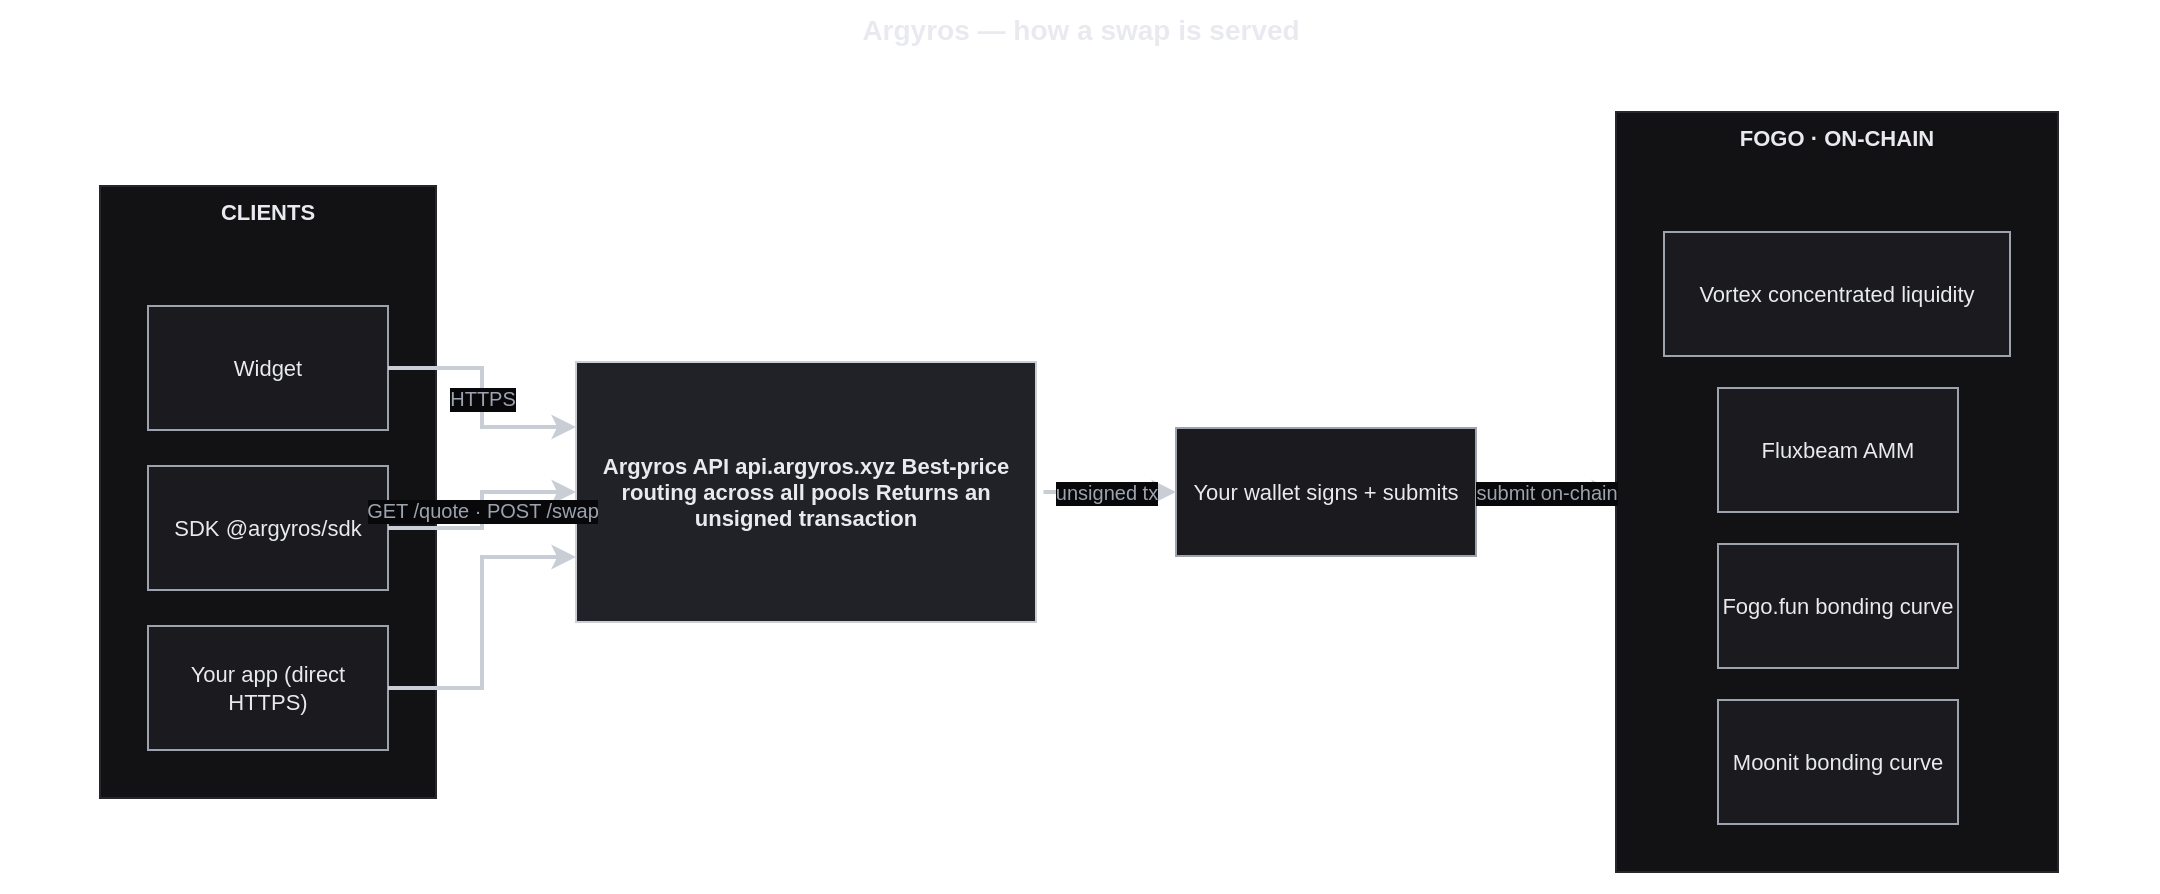
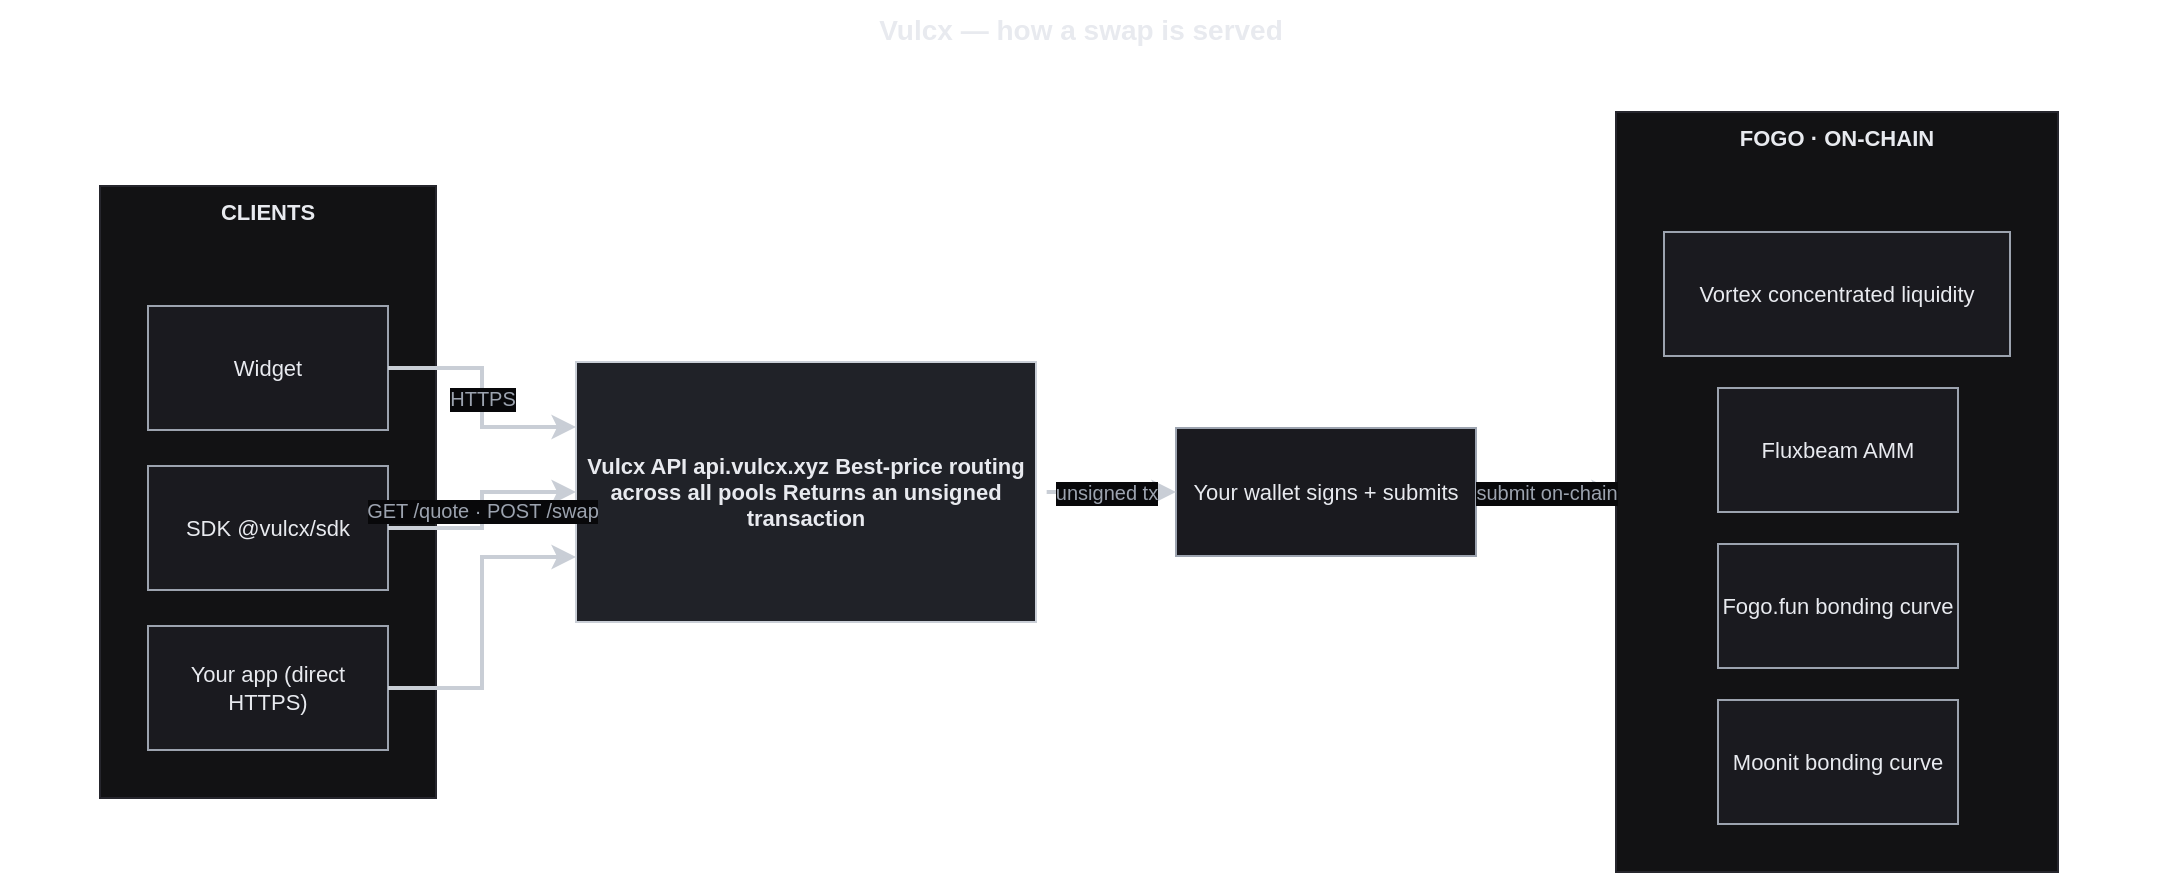
- <mxfile host="app.diagrams.net"><diagram name="Argyros architecture" id="d"><mxGraphModel dx="1400" dy="900" grid="0" gridSize="10" guides="1" tooltips="1" connect="1" arrows="1" fold="1" page="1" pageScale="1" pageWidth="1079" pageHeight="520" math="0" shadow="0"><root><mxCell id="0"/><mxCell id="1" parent="0"/><mxCell id="root" value="" style="rounded=0;whiteSpace=wrap;html=1;fillColor=none;strokeColor=none;fontColor=#e8eaef;fontSize=11;fontStyle=1;verticalAlign=top;" vertex="1" parent="1"><mxGeometry x="40" y="70" width="999" height="400" as="geometry"/></mxCell><mxCell id="clients" value="CLIENTS" style="rounded=0;whiteSpace=wrap;html=1;fillColor=#121214;strokeColor=#26262d;fontColor=#e8eaef;fontSize=11;fontStyle=1;verticalAlign=top;" vertex="1" parent="root"><mxGeometry x="10" y="47" width="168" height="306" as="geometry"/></mxCell><mxCell id="c_widget" value="Widget
- &lt;argyros-swap&gt;" style="rounded=0;whiteSpace=wrap;html=1;fillColor=#1a1a1f;strokeColor=#9ca3af;fontColor=#e8eaef;fontSize=11;fontStyle=0;verticalAlign=middle;" vertex="1" parent="clients"><mxGeometry x="24" y="60" width="120" height="62" as="geometry"/></mxCell><mxCell id="c_sdk" value="SDK
- @argyros/sdk" style="rounded=0;whiteSpace=wrap;html=1;fillColor=#1a1a1f;strokeColor=#9ca3af;fontColor=#e8eaef;fontSize=11;fontStyle=0;verticalAlign=middle;" vertex="1" parent="clients"><mxGeometry x="24" y="140" width="120" height="62" as="geometry"/></mxCell><mxCell id="c_app" value="Your app
- (direct HTTPS)" style="rounded=0;whiteSpace=wrap;html=1;fillColor=#1a1a1f;strokeColor=#9ca3af;fontColor=#e8eaef;fontSize=11;fontStyle=0;verticalAlign=middle;" vertex="1" parent="clients"><mxGeometry x="24" y="220" width="120" height="62" as="geometry"/></mxCell><mxCell id="api" value="Argyros API
- api.argyros.xyz
+ <mxfile host="app.diagrams.net"><diagram name="Vulcx architecture" id="d"><mxGraphModel dx="1400" dy="900" grid="0" gridSize="10" guides="1" tooltips="1" connect="1" arrows="1" fold="1" page="1" pageScale="1" pageWidth="1079" pageHeight="520" math="0" shadow="0"><root><mxCell id="0"/><mxCell id="1" parent="0"/><mxCell id="root" value="" style="rounded=0;whiteSpace=wrap;html=1;fillColor=none;strokeColor=none;fontColor=#e8eaef;fontSize=11;fontStyle=1;verticalAlign=top;" vertex="1" parent="1"><mxGeometry x="40" y="70" width="999" height="400" as="geometry"/></mxCell><mxCell id="clients" value="CLIENTS" style="rounded=0;whiteSpace=wrap;html=1;fillColor=#121214;strokeColor=#26262d;fontColor=#e8eaef;fontSize=11;fontStyle=1;verticalAlign=top;" vertex="1" parent="root"><mxGeometry x="10" y="47" width="168" height="306" as="geometry"/></mxCell><mxCell id="c_widget" value="Widget
+ &lt;vulcx-swap&gt;" style="rounded=0;whiteSpace=wrap;html=1;fillColor=#1a1a1f;strokeColor=#9ca3af;fontColor=#e8eaef;fontSize=11;fontStyle=0;verticalAlign=middle;" vertex="1" parent="clients"><mxGeometry x="24" y="60" width="120" height="62" as="geometry"/></mxCell><mxCell id="c_sdk" value="SDK
+ @vulcx/sdk" style="rounded=0;whiteSpace=wrap;html=1;fillColor=#1a1a1f;strokeColor=#9ca3af;fontColor=#e8eaef;fontSize=11;fontStyle=0;verticalAlign=middle;" vertex="1" parent="clients"><mxGeometry x="24" y="140" width="120" height="62" as="geometry"/></mxCell><mxCell id="c_app" value="Your app
+ (direct HTTPS)" style="rounded=0;whiteSpace=wrap;html=1;fillColor=#1a1a1f;strokeColor=#9ca3af;fontColor=#e8eaef;fontSize=11;fontStyle=0;verticalAlign=middle;" vertex="1" parent="clients"><mxGeometry x="24" y="220" width="120" height="62" as="geometry"/></mxCell><mxCell id="api" value="Vulcx API
+ api.vulcx.xyz

Best-price routing across all pools
Returns an unsigned transaction" style="rounded=0;whiteSpace=wrap;html=1;fillColor=#202228;strokeColor=#c9ced6;fontColor=#e8eaef;fontSize=11;fontStyle=1;verticalAlign=middle;" vertex="1" parent="root"><mxGeometry x="248" y="135" width="230" height="130" as="geometry"/></mxCell><mxCell id="wallet" value="Your wallet
signs + submits" style="rounded=0;whiteSpace=wrap;html=1;fillColor=#1a1a1f;strokeColor=#9ca3af;fontColor=#e8eaef;fontSize=11;fontStyle=0;verticalAlign=middle;" vertex="1" parent="root"><mxGeometry x="548" y="168" width="150" height="64" as="geometry"/></mxCell><mxCell id="fogo" value="FOGO · ON-CHAIN" style="rounded=0;whiteSpace=wrap;html=1;fillColor=#121214;strokeColor=#26262d;fontColor=#e8eaef;fontSize=11;fontStyle=1;verticalAlign=top;" vertex="1" parent="root"><mxGeometry x="768" y="10" width="221" height="380" as="geometry"/></mxCell><mxCell id="d_vortex" value="Vortex
concentrated liquidity" style="rounded=0;whiteSpace=wrap;html=1;fillColor=#1a1a1f;strokeColor=#9ca3af;fontColor=#e8eaef;fontSize=11;fontStyle=0;verticalAlign=middle;" vertex="1" parent="fogo"><mxGeometry x="24" y="60" width="173" height="62" as="geometry"/></mxCell><mxCell id="d_flux" value="Fluxbeam
AMM" style="rounded=0;whiteSpace=wrap;html=1;fillColor=#1a1a1f;strokeColor=#9ca3af;fontColor=#e8eaef;fontSize=11;fontStyle=0;verticalAlign=middle;" vertex="1" parent="fogo"><mxGeometry x="51" y="138" width="120" height="62" as="geometry"/></mxCell><mxCell id="d_funfun" value="Fogo.fun
bonding curve" style="rounded=0;whiteSpace=wrap;html=1;fillColor=#1a1a1f;strokeColor=#9ca3af;fontColor=#e8eaef;fontSize=11;fontStyle=0;verticalAlign=middle;" vertex="1" parent="fogo"><mxGeometry x="51" y="216" width="120" height="62" as="geometry"/></mxCell><mxCell id="d_moonit" value="Moonit
- bonding curve" style="rounded=0;whiteSpace=wrap;html=1;fillColor=#1a1a1f;strokeColor=#9ca3af;fontColor=#e8eaef;fontSize=11;fontStyle=0;verticalAlign=middle;" vertex="1" parent="fogo"><mxGeometry x="51" y="294" width="120" height="62" as="geometry"/></mxCell><mxCell id="__title" value="Argyros — how a swap is served" style="text;html=1;align=center;fontStyle=1;fontSize=14;fontColor=#e8eaef;" vertex="1" parent="1"><mxGeometry x="0" y="24" width="1079" height="30" as="geometry"/></mxCell><mxCell id="ed1" value="HTTPS" style="edgeStyle=orthogonalEdgeStyle;html=1;jettySize=auto;orthogonalLoop=1;fontSize=10;fontColor=#9ca3af;strokeColor=#c9ced6;strokeWidth=2;rounded=0;labelBackgroundColor=#08080a;exitX=1;exitY=0.5;exitDx=0;exitDy=0;entryX=0;entryY=0.250;entryDx=0;entryDy=0;" edge="1" parent="1" source="c_widget" target="api"><mxGeometry relative="1" as="geometry"><Array as="points"><mxPoint x="241" y="208"/><mxPoint x="241" y="238"/></Array></mxGeometry></mxCell><mxCell id="ed2" value="GET /quote · POST /swap" style="edgeStyle=orthogonalEdgeStyle;html=1;jettySize=auto;orthogonalLoop=1;fontSize=10;fontColor=#9ca3af;strokeColor=#c9ced6;strokeWidth=2;rounded=0;labelBackgroundColor=#08080a;exitX=1;exitY=0.5;exitDx=0;exitDy=0;entryX=0;entryY=0.500;entryDx=0;entryDy=0;" edge="1" parent="1" source="c_sdk" target="api"><mxGeometry relative="1" as="geometry"><Array as="points"><mxPoint x="241" y="288"/><mxPoint x="241" y="270"/></Array></mxGeometry></mxCell><mxCell id="ed3" value="" style="edgeStyle=orthogonalEdgeStyle;html=1;jettySize=auto;orthogonalLoop=1;fontSize=10;fontColor=#9ca3af;strokeColor=#c9ced6;strokeWidth=2;rounded=0;exitX=1;exitY=0.5;exitDx=0;exitDy=0;entryX=0;entryY=0.750;entryDx=0;entryDy=0;" edge="1" parent="1" source="c_app" target="api"><mxGeometry relative="1" as="geometry"><Array as="points"><mxPoint x="241" y="368"/><mxPoint x="241" y="303"/></Array></mxGeometry></mxCell><mxCell id="ed4" value="unsigned tx" style="edgeStyle=orthogonalEdgeStyle;html=1;jettySize=auto;orthogonalLoop=1;fontSize=10;fontColor=#9ca3af;strokeColor=#c9ced6;strokeWidth=2;rounded=1;flowAnimation=1;labelBackgroundColor=#08080a;exitX=1;exitY=0.500;exitDx=0;exitDy=0;entryX=0;entryY=0.500;entryDx=0;entryDy=0;" edge="1" parent="1" source="api" target="wallet"><mxGeometry relative="1" as="geometry"></mxGeometry></mxCell><mxCell id="ed5" value="submit on-chain" style="edgeStyle=orthogonalEdgeStyle;html=1;jettySize=auto;orthogonalLoop=1;fontSize=10;fontColor=#9ca3af;strokeColor=#c9ced6;strokeWidth=2;rounded=1;flowAnimation=1;labelBackgroundColor=#08080a;exitX=1;exitY=0.500;exitDx=0;exitDy=0;entryX=0;entryY=0.500;entryDx=0;entryDy=0;" edge="1" parent="1" source="wallet" target="fogo"><mxGeometry relative="1" as="geometry"></mxGeometry></mxCell></root></mxGraphModel></diagram></mxfile>+ bonding curve" style="rounded=0;whiteSpace=wrap;html=1;fillColor=#1a1a1f;strokeColor=#9ca3af;fontColor=#e8eaef;fontSize=11;fontStyle=0;verticalAlign=middle;" vertex="1" parent="fogo"><mxGeometry x="51" y="294" width="120" height="62" as="geometry"/></mxCell><mxCell id="__title" value="Vulcx — how a swap is served" style="text;html=1;align=center;fontStyle=1;fontSize=14;fontColor=#e8eaef;" vertex="1" parent="1"><mxGeometry x="0" y="24" width="1079" height="30" as="geometry"/></mxCell><mxCell id="ed1" value="HTTPS" style="edgeStyle=orthogonalEdgeStyle;html=1;jettySize=auto;orthogonalLoop=1;fontSize=10;fontColor=#9ca3af;strokeColor=#c9ced6;strokeWidth=2;rounded=0;labelBackgroundColor=#08080a;exitX=1;exitY=0.5;exitDx=0;exitDy=0;entryX=0;entryY=0.250;entryDx=0;entryDy=0;" edge="1" parent="1" source="c_widget" target="api"><mxGeometry relative="1" as="geometry"><Array as="points"><mxPoint x="241" y="208"/><mxPoint x="241" y="238"/></Array></mxGeometry></mxCell><mxCell id="ed2" value="GET /quote · POST /swap" style="edgeStyle=orthogonalEdgeStyle;html=1;jettySize=auto;orthogonalLoop=1;fontSize=10;fontColor=#9ca3af;strokeColor=#c9ced6;strokeWidth=2;rounded=0;labelBackgroundColor=#08080a;exitX=1;exitY=0.5;exitDx=0;exitDy=0;entryX=0;entryY=0.500;entryDx=0;entryDy=0;" edge="1" parent="1" source="c_sdk" target="api"><mxGeometry relative="1" as="geometry"><Array as="points"><mxPoint x="241" y="288"/><mxPoint x="241" y="270"/></Array></mxGeometry></mxCell><mxCell id="ed3" value="" style="edgeStyle=orthogonalEdgeStyle;html=1;jettySize=auto;orthogonalLoop=1;fontSize=10;fontColor=#9ca3af;strokeColor=#c9ced6;strokeWidth=2;rounded=0;exitX=1;exitY=0.5;exitDx=0;exitDy=0;entryX=0;entryY=0.750;entryDx=0;entryDy=0;" edge="1" parent="1" source="c_app" target="api"><mxGeometry relative="1" as="geometry"><Array as="points"><mxPoint x="241" y="368"/><mxPoint x="241" y="303"/></Array></mxGeometry></mxCell><mxCell id="ed4" value="unsigned tx" style="edgeStyle=orthogonalEdgeStyle;html=1;jettySize=auto;orthogonalLoop=1;fontSize=10;fontColor=#9ca3af;strokeColor=#c9ced6;strokeWidth=2;rounded=1;flowAnimation=1;labelBackgroundColor=#08080a;exitX=1;exitY=0.500;exitDx=0;exitDy=0;entryX=0;entryY=0.500;entryDx=0;entryDy=0;" edge="1" parent="1" source="api" target="wallet"><mxGeometry relative="1" as="geometry"></mxGeometry></mxCell><mxCell id="ed5" value="submit on-chain" style="edgeStyle=orthogonalEdgeStyle;html=1;jettySize=auto;orthogonalLoop=1;fontSize=10;fontColor=#9ca3af;strokeColor=#c9ced6;strokeWidth=2;rounded=1;flowAnimation=1;labelBackgroundColor=#08080a;exitX=1;exitY=0.500;exitDx=0;exitDy=0;entryX=0;entryY=0.500;entryDx=0;entryDy=0;" edge="1" parent="1" source="wallet" target="fogo"><mxGeometry relative="1" as="geometry"></mxGeometry></mxCell></root></mxGraphModel></diagram></mxfile>